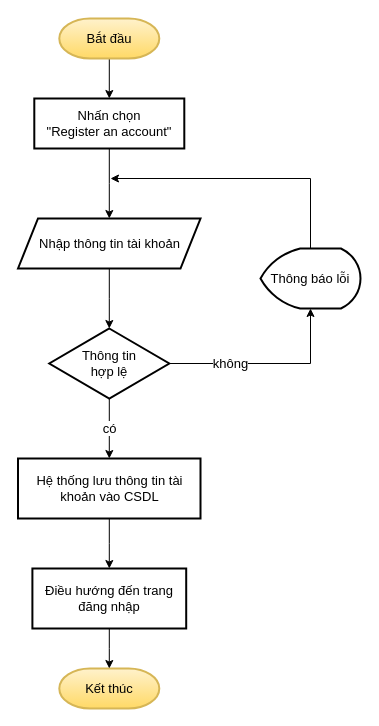
Earlier version of the draw.io diagram Diagrams/Flowchart/cus_reg.drawio (vfon98/thesis-storozone-documents). Source tidied: cells renumbered, new cells numbered last; positions are measured from the earlier drawing's top-left corner, leaving out a move shared by most shapes. Both pictures are drawn from the tidied source at 100%, with x=0, y=0 at pixel (18, 18).
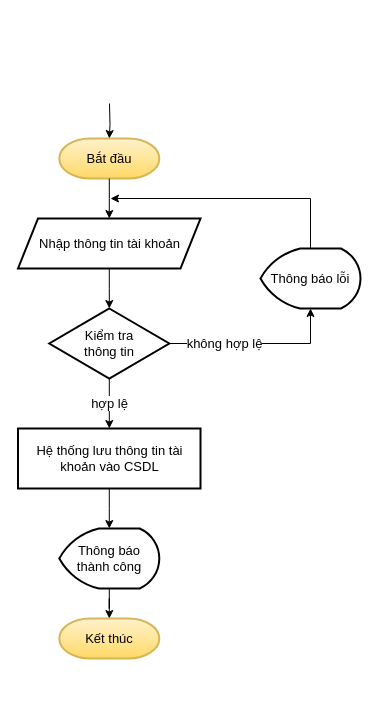
After the change.

The edit, as a diff of the source:
```diff
@@
 <mxGraphModel>
   <root>
     <mxCell id="0" />
     <mxCell id="1" parent="0" />
     <mxCell id="2" value="Kết thúc" style="strokeWidth=2;html=1;shape=mxgraph.flowchart.terminator;whiteSpace=wrap;labelBorderColor=none;fontSize=13;fontStyle=0;fillColor=#fff2cc;strokeColor=#d6b656;gradientColor=#ffd966;" parent="1" vertex="1">
-      <mxGeometry x="40.8" y="650" width="100" height="40" as="geometry" />
+      <mxGeometry x="40.8" y="600" width="100" height="40" as="geometry" />
     </mxCell>
-    <mxCell id="3" style="edgeStyle=orthogonalEdgeStyle;rounded=0;jettySize=auto;html=1;labelBorderColor=none;fontSize=13;fontStyle=0;" parent="1" edge="1" source="4" target="6">
-      <mxGeometry relative="1" as="geometry" />
-    </mxCell>
     <mxCell id="4" value="Bắt đầu" style="strokeWidth=2;html=1;shape=mxgraph.flowchart.terminator;whiteSpace=wrap;labelBorderColor=none;fontSize=13;fontStyle=0;fillColor=#fff2cc;strokeColor=#d6b656;gradientColor=#ffd966;" parent="1" vertex="1">
-      <mxGeometry x="40.8" width="100" height="40" as="geometry" />
+      <mxGeometry x="40.8" y="120" width="100" height="40" as="geometry" />
     </mxCell>
-    <mxCell id="5" style="edgeStyle=orthogonalEdgeStyle;rounded=0;jettySize=auto;html=1;labelBorderColor=none;fontSize=13;fontStyle=0;" parent="1" edge="1" source="6" target="8">
+    <mxCell id="5" style="edgeStyle=orthogonalEdgeStyle;rounded=0;jettySize=auto;html=1;labelBorderColor=none;fontSize=13;fontStyle=0;" parent="1" edge="1" source="4" target="8">
       <mxGeometry relative="1" as="geometry" />
     </mxCell>
-    <mxCell id="6" value="Nhấn chọn&lt;br style=&quot;font-size: 13px;&quot;&gt;&quot;Register an account&quot;" style="whiteSpace=wrap;html=1;strokeWidth=2;labelBorderColor=none;fontSize=13;fontStyle=0;" parent="1" vertex="1">
-      <mxGeometry x="15.8" y="80" width="150" height="50" as="geometry" />
-    </mxCell>
     <mxCell id="7" style="edgeStyle=orthogonalEdgeStyle;rounded=0;jettySize=auto;html=1;labelBorderColor=none;fontSize=13;fontStyle=0;" parent="1" edge="1" source="8" target="11">
       <mxGeometry relative="1" as="geometry" />
     </mxCell>
     <mxCell id="8" value="Nhập thông tin tài khoản" style="shape=parallelogram;perimeter=parallelogramPerimeter;whiteSpace=wrap;html=1;fixedSize=1;strokeWidth=2;labelBorderColor=none;fontSize=13;fontStyle=0;" parent="1" vertex="1">
       <mxGeometry x="-0.5" y="200" width="182.5" height="50" as="geometry" />
     </mxCell>
-    <mxCell id="9" value="có" style="edgeStyle=orthogonalEdgeStyle;rounded=0;jettySize=auto;html=1;labelBorderColor=none;fontSize=13;fontStyle=0;" parent="1" edge="1" source="11" target="13">
+    <mxCell id="9" value="hợp lệ" style="edgeStyle=orthogonalEdgeStyle;rounded=0;jettySize=auto;html=1;labelBorderColor=none;fontSize=13;fontStyle=0;" parent="1" edge="1" source="11" target="13">
       <mxGeometry relative="1" as="geometry" />
     </mxCell>
-    <mxCell id="10" value="không" style="edgeStyle=orthogonalEdgeStyle;rounded=0;jettySize=auto;html=1;entryX=0.5;entryY=1;entryDx=0;entryDy=0;entryPerimeter=0;labelBorderColor=none;fontSize=13;fontStyle=0;" parent="1" edge="1" source="11" target="15">
+    <mxCell id="10" value="không hợp lệ" style="edgeStyle=orthogonalEdgeStyle;rounded=0;jettySize=auto;html=1;entryX=0.5;entryY=1;entryDx=0;entryDy=0;entryPerimeter=0;labelBorderColor=none;fontSize=13;fontStyle=0;" parent="1" edge="1" source="11" target="15">
       <mxGeometry x="-0.38" relative="1" as="geometry" />
     </mxCell>
-    <mxCell id="11" value="Thông tin&lt;br style=&quot;font-size: 13px;&quot;&gt;hợp lệ" style="rhombus;whiteSpace=wrap;html=1;strokeWidth=2;labelBorderColor=none;fontSize=13;fontStyle=0;" parent="1" vertex="1">
-      <mxGeometry x="30.8" y="310" width="120" height="70" as="geometry" />
+    <mxCell id="11" value="Kiểm tra&lt;br&gt;thông tin" style="rhombus;whiteSpace=wrap;html=1;strokeWidth=2;labelBorderColor=none;fontSize=13;fontStyle=0;" parent="1" vertex="1">
+      <mxGeometry x="30.8" y="290" width="120" height="70" as="geometry" />
     </mxCell>
-    <mxCell id="12" style="edgeStyle=orthogonalEdgeStyle;rounded=0;jettySize=auto;html=1;labelBorderColor=none;fontSize=13;fontStyle=0;" parent="1" edge="1" source="13" target="17">
+    <mxCell id="12" style="edgeStyle=orthogonalEdgeStyle;rounded=0;jettySize=auto;html=1;labelBorderColor=none;fontSize=13;fontStyle=0;entryX=0.5;entryY=0;entryDx=0;entryDy=0;entryPerimeter=0;" parent="1" edge="1" source="13" target="19">
       <mxGeometry relative="1" as="geometry" />
     </mxCell>
     <mxCell id="13" value="Hệ thống lưu thông tin tài khoản vào CSDL" style="whiteSpace=wrap;html=1;strokeWidth=2;labelBorderColor=none;fontSize=13;fontStyle=0;" parent="1" vertex="1">
-      <mxGeometry x="-0.5" y="440" width="182.5" height="60" as="geometry" />
+      <mxGeometry x="-0.5" y="410" width="182.5" height="60" as="geometry" />
     </mxCell>
     <mxCell id="14" style="edgeStyle=orthogonalEdgeStyle;rounded=0;jettySize=auto;html=1;labelBorderColor=none;fontSize=13;fontStyle=0;" parent="1" edge="1" source="15">
       <mxGeometry relative="1" as="geometry">
-        <mxPoint x="92" y="160" as="targetPoint" />
+        <mxPoint x="92" y="180" as="targetPoint" />
         <Array as="points">
-          <mxPoint x="292" y="160" />
+          <mxPoint x="292" y="180" />
+          <mxPoint x="92" y="180" />
         </Array>
       </mxGeometry>
     </mxCell>
     <mxCell id="15" value="Thông báo lỗi" style="strokeWidth=2;html=1;shape=mxgraph.flowchart.display;whiteSpace=wrap;labelBorderColor=none;fontSize=13;fontStyle=0;" parent="1" vertex="1">
       <mxGeometry x="242" y="230" width="100" height="60" as="geometry" />
     </mxCell>
-    <mxCell id="16" style="edgeStyle=orthogonalEdgeStyle;rounded=0;jettySize=auto;html=1;labelBorderColor=none;fontSize=13;fontStyle=0;" parent="1" edge="1" source="17" target="2">
+    <mxCell id="16" style="edgeStyle=orthogonalEdgeStyle;rounded=0;jettySize=auto;html=1;labelBorderColor=none;fontSize=13;fontStyle=0;" parent="1" edge="1" source="19" target="2">
       <mxGeometry relative="1" as="geometry" />
     </mxCell>
-    <mxCell id="17" value="Điều hướng đến trang đăng nhập" style="whiteSpace=wrap;html=1;strokeWidth=2;labelBorderColor=none;fontSize=13;fontStyle=0;" parent="1" vertex="1">
-      <mxGeometry x="13.9" y="550" width="153.8" height="60" as="geometry" />
-    </mxCell>
+    <mxCell id="18" style="edgeStyle=orthogonalEdgeStyle;rounded=0;jettySize=auto;html=1;labelBorderColor=none;fontSize=13;fontStyle=0;" parent="1" edge="1" target="4">
+      <mxGeometry relative="1" as="geometry">
+        <mxPoint x="91" y="85" as="sourcePoint" />
+      </mxGeometry>
+    </mxCell>
+    <mxCell id="19" value="Thông báo&lt;br&gt;thành công" style="strokeWidth=2;html=1;shape=mxgraph.flowchart.display;whiteSpace=wrap;labelBorderColor=none;fontSize=13;fontStyle=0;" parent="1" vertex="1">
+      <mxGeometry x="40.8" y="510" width="100" height="60" as="geometry" />
+    </mxCell>
   </root>
 </mxGraphModel>
```
